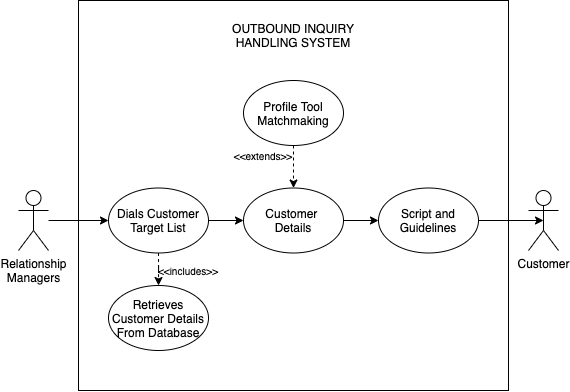
Before: Use Case Diagram (US1&6).png, a diagram exported from draw.io (dsongUTS/Group-5-Assessment-Info-System-Development-). Source tidied: cells renumbered, new cells last; positions are measured from the earlier drawing's top-left corner, leaving out a move shared by most shapes. Its diagram source:
```xml
<mxGraphModel>
  <root>
    <mxCell id="0" />
    <mxCell id="1" parent="0" />
    <mxCell id="2" style="rounded=0;whiteSpace=wrap;html=1;fillColor=none;" parent="1" vertex="1">
      <mxGeometry x="60" width="430" height="390" as="geometry" />
    </mxCell>
    <mxCell id="3" value="OUTBOUND INQUIRY HANDLING SYSTEM" style="text;html=1;strokeColor=none;fillColor=none;align=center;verticalAlign=middle;whiteSpace=wrap;rounded=0;" parent="1" vertex="1">
      <mxGeometry x="210" y="25" width="130" height="20" as="geometry" />
    </mxCell>
    <mxCell id="4" value="Customer" style="shape=umlActor;verticalLabelPosition=bottom;labelBackgroundColor=#ffffff;verticalAlign=top;html=1;" parent="1" vertex="1">
      <mxGeometry x="510" y="190" width="30" height="60" as="geometry" />
    </mxCell>
    <mxCell id="5" style="edgeStyle=orthogonalEdgeStyle;rounded=0;jettySize=auto;html=1;entryX=0;entryY=0.5;entryDx=0;entryDy=0;" parent="1" edge="1" source="6" target="15">
      <mxGeometry relative="1" as="geometry" />
    </mxCell>
    <mxCell id="6" value="Relationship&lt;br&gt;Managers" style="shape=umlActor;verticalLabelPosition=bottom;labelBackgroundColor=#ffffff;verticalAlign=top;html=1;" parent="1" vertex="1">
      <mxGeometry y="190" width="30" height="60" as="geometry" />
    </mxCell>
    <mxCell id="7" style="edgeStyle=orthogonalEdgeStyle;rounded=0;jettySize=auto;html=1;entryX=0;entryY=0.5;entryDx=0;entryDy=0;" parent="1" edge="1" source="8" target="10">
      <mxGeometry relative="1" as="geometry" />
    </mxCell>
    <mxCell id="8" value="Customer &lt;br&gt;Details" style="ellipse;whiteSpace=wrap;html=1;align=center;" parent="1" vertex="1">
      <mxGeometry x="225" y="187.5" width="100" height="65" as="geometry" />
    </mxCell>
    <mxCell id="9" style="edgeStyle=orthogonalEdgeStyle;rounded=0;jettySize=auto;html=1;entryX=0.5;entryY=0.5;entryDx=0;entryDy=0;entryPerimeter=0;" parent="1" edge="1" source="10" target="4">
      <mxGeometry relative="1" as="geometry" />
    </mxCell>
    <mxCell id="10" value="Script and Guidelines" style="ellipse;whiteSpace=wrap;html=1;align=center;" parent="1" vertex="1">
      <mxGeometry x="360" y="187.5" width="100" height="65" as="geometry" />
    </mxCell>
    <mxCell id="11" style="edgeStyle=orthogonalEdgeStyle;rounded=0;jettySize=auto;html=1;dashed=1;" parent="1" edge="1" source="12" target="8">
      <mxGeometry relative="1" as="geometry" />
    </mxCell>
    <mxCell id="12" value="Profile Tool Matchmaking" style="ellipse;whiteSpace=wrap;html=1;align=center;" parent="1" vertex="1">
      <mxGeometry x="225" y="80" width="100" height="65" as="geometry" />
    </mxCell>
    <mxCell id="13" style="edgeStyle=orthogonalEdgeStyle;rounded=0;jettySize=auto;html=1;entryX=0;entryY=0.5;entryDx=0;entryDy=0;" parent="1" edge="1" source="15" target="8">
      <mxGeometry relative="1" as="geometry" />
    </mxCell>
    <mxCell id="14" style="edgeStyle=orthogonalEdgeStyle;rounded=0;jettySize=auto;html=1;entryX=0.5;entryY=0;entryDx=0;entryDy=0;dashed=1;" parent="1" edge="1" source="15" target="17">
      <mxGeometry relative="1" as="geometry" />
    </mxCell>
    <mxCell id="15" value="Dials Customer Target List" style="ellipse;whiteSpace=wrap;html=1;align=center;" parent="1" vertex="1">
      <mxGeometry x="90" y="187.5" width="100" height="65" as="geometry" />
    </mxCell>
    <mxCell id="16" value="&lt;span style=&quot;font-size: 10px&quot;&gt;&amp;lt;&amp;lt;extends&amp;gt;&amp;gt;&lt;/span&gt;" style="text;html=1;strokeColor=none;fillColor=none;align=center;verticalAlign=middle;whiteSpace=wrap;rounded=0;" parent="1" vertex="1">
      <mxGeometry x="225" y="145" width="40" height="20" as="geometry" />
    </mxCell>
    <mxCell id="17" value="Retrieves Customer Details From Database" style="ellipse;whiteSpace=wrap;html=1;align=center;" parent="1" vertex="1">
      <mxGeometry x="90" y="285" width="100" height="65" as="geometry" />
    </mxCell>
    <mxCell id="18" value="&lt;span style=&quot;font-size: 10px&quot;&gt;&amp;lt;&amp;lt;includes&amp;gt;&amp;gt;&lt;/span&gt;" style="text;html=1;strokeColor=none;fillColor=none;align=center;verticalAlign=middle;whiteSpace=wrap;rounded=0;" parent="1" vertex="1">
      <mxGeometry x="150" y="260" width="40" height="20" as="geometry" />
    </mxCell>
  </root>
</mxGraphModel>
```
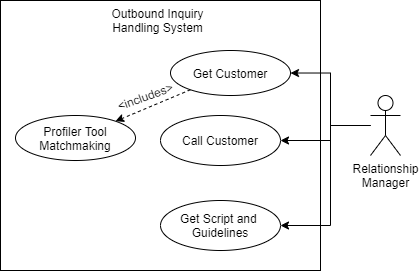
Above is the later version.

Commit message:
Updated use case diagrams for User stories 1 and 6

Change to the diagram source:
```diff
@@ -2,56 +2,51 @@
   <root>
     <mxCell id="0" />
     <mxCell id="1" parent="0" />
-    <mxCell id="2" style="rounded=0;whiteSpace=wrap;html=1;fillColor=none;" parent="1" vertex="1">
-      <mxGeometry x="60" width="430" height="390" as="geometry" />
-    </mxCell>
-    <mxCell id="3" value="OUTBOUND INQUIRY HANDLING SYSTEM" style="text;html=1;strokeColor=none;fillColor=none;align=center;verticalAlign=middle;whiteSpace=wrap;rounded=0;" parent="1" vertex="1">
-      <mxGeometry x="210" y="25" width="130" height="20" as="geometry" />
-    </mxCell>
-    <mxCell id="4" value="Customer" style="shape=umlActor;verticalLabelPosition=bottom;labelBackgroundColor=#ffffff;verticalAlign=top;html=1;" parent="1" vertex="1">
-      <mxGeometry x="510" y="190" width="30" height="60" as="geometry" />
-    </mxCell>
-    <mxCell id="5" style="edgeStyle=orthogonalEdgeStyle;rounded=0;jettySize=auto;html=1;entryX=0;entryY=0.5;entryDx=0;entryDy=0;" parent="1" edge="1" source="6" target="15">
-      <mxGeometry relative="1" as="geometry" />
-    </mxCell>
-    <mxCell id="6" value="Relationship&lt;br&gt;Managers" style="shape=umlActor;verticalLabelPosition=bottom;labelBackgroundColor=#ffffff;verticalAlign=top;html=1;" parent="1" vertex="1">
-      <mxGeometry y="190" width="30" height="60" as="geometry" />
-    </mxCell>
-    <mxCell id="7" style="edgeStyle=orthogonalEdgeStyle;rounded=0;jettySize=auto;html=1;entryX=0;entryY=0.5;entryDx=0;entryDy=0;" parent="1" edge="1" source="8" target="10">
-      <mxGeometry relative="1" as="geometry" />
-    </mxCell>
-    <mxCell id="8" value="Customer &lt;br&gt;Details" style="ellipse;whiteSpace=wrap;html=1;align=center;" parent="1" vertex="1">
-      <mxGeometry x="225" y="187.5" width="100" height="65" as="geometry" />
-    </mxCell>
-    <mxCell id="9" style="edgeStyle=orthogonalEdgeStyle;rounded=0;jettySize=auto;html=1;entryX=0.5;entryY=0.5;entryDx=0;entryDy=0;entryPerimeter=0;" parent="1" edge="1" source="10" target="4">
-      <mxGeometry relative="1" as="geometry" />
-    </mxCell>
-    <mxCell id="10" value="Script and Guidelines" style="ellipse;whiteSpace=wrap;html=1;align=center;" parent="1" vertex="1">
-      <mxGeometry x="360" y="187.5" width="100" height="65" as="geometry" />
-    </mxCell>
-    <mxCell id="11" style="edgeStyle=orthogonalEdgeStyle;rounded=0;jettySize=auto;html=1;dashed=1;" parent="1" edge="1" source="12" target="8">
-      <mxGeometry relative="1" as="geometry" />
-    </mxCell>
-    <mxCell id="12" value="Profile Tool Matchmaking" style="ellipse;whiteSpace=wrap;html=1;align=center;" parent="1" vertex="1">
-      <mxGeometry x="225" y="80" width="100" height="65" as="geometry" />
-    </mxCell>
-    <mxCell id="13" style="edgeStyle=orthogonalEdgeStyle;rounded=0;jettySize=auto;html=1;entryX=0;entryY=0.5;entryDx=0;entryDy=0;" parent="1" edge="1" source="15" target="8">
-      <mxGeometry relative="1" as="geometry" />
-    </mxCell>
-    <mxCell id="14" style="edgeStyle=orthogonalEdgeStyle;rounded=0;jettySize=auto;html=1;entryX=0.5;entryY=0;entryDx=0;entryDy=0;dashed=1;" parent="1" edge="1" source="15" target="17">
-      <mxGeometry relative="1" as="geometry" />
-    </mxCell>
-    <mxCell id="15" value="Dials Customer Target List" style="ellipse;whiteSpace=wrap;html=1;align=center;" parent="1" vertex="1">
-      <mxGeometry x="90" y="187.5" width="100" height="65" as="geometry" />
-    </mxCell>
-    <mxCell id="16" value="&lt;span style=&quot;font-size: 10px&quot;&gt;&amp;lt;&amp;lt;extends&amp;gt;&amp;gt;&lt;/span&gt;" style="text;html=1;strokeColor=none;fillColor=none;align=center;verticalAlign=middle;whiteSpace=wrap;rounded=0;" parent="1" vertex="1">
-      <mxGeometry x="225" y="145" width="40" height="20" as="geometry" />
-    </mxCell>
-    <mxCell id="17" value="Retrieves Customer Details From Database" style="ellipse;whiteSpace=wrap;html=1;align=center;" parent="1" vertex="1">
-      <mxGeometry x="90" y="285" width="100" height="65" as="geometry" />
-    </mxCell>
-    <mxCell id="18" value="&lt;span style=&quot;font-size: 10px&quot;&gt;&amp;lt;&amp;lt;includes&amp;gt;&amp;gt;&lt;/span&gt;" style="text;html=1;strokeColor=none;fillColor=none;align=center;verticalAlign=middle;whiteSpace=wrap;rounded=0;" parent="1" vertex="1">
-      <mxGeometry x="150" y="260" width="40" height="20" as="geometry" />
-    </mxCell>
+    <mxCell id="19" style="rounded=0;whiteSpace=wrap;html=1;" parent="1" vertex="1">
+      <mxGeometry x="-760" y="-400" width="320" height="270" as="geometry" />
+    </mxCell>
+    <mxCell id="20" value="Outbound Inquiry Handling System" style="text;html=1;strokeColor=none;fillColor=none;align=center;verticalAlign=middle;whiteSpace=wrap;rounded=0;" parent="1" vertex="1">
+      <mxGeometry x="-660" y="-390" width="115" height="20" as="geometry" />
+    </mxCell>
+    <mxCell id="21" style="edgeStyle=orthogonalEdgeStyle;rounded=0;jettySize=auto;html=1;" parent="1" edge="1" source="24" target="27">
+      <mxGeometry relative="1" as="geometry" />
+    </mxCell>
+    <mxCell id="22" style="edgeStyle=orthogonalEdgeStyle;rounded=0;jettySize=auto;html=1;" parent="1" edge="1" source="24" target="25">
+      <mxGeometry relative="1" as="geometry">
+        <Array as="points">
+          <mxPoint x="-430" y="-275" />
+          <mxPoint x="-430" y="-260" />
+        </Array>
+      </mxGeometry>
+    </mxCell>
+    <mxCell id="23" style="edgeStyle=orthogonalEdgeStyle;rounded=0;jettySize=auto;html=1;" parent="1" edge="1" source="24" target="30">
+      <mxGeometry relative="1" as="geometry">
+        <Array as="points">
+          <mxPoint x="-430" y="-275" />
+          <mxPoint x="-430" y="-175" />
+        </Array>
+      </mxGeometry>
+    </mxCell>
+    <mxCell id="24" value="Relationship&lt;br&gt;Manager" style="shape=umlActor;verticalLabelPosition=bottom;labelBackgroundColor=#ffffff;verticalAlign=top;html=1;outlineConnect=0;" parent="1" vertex="1">
+      <mxGeometry x="-390" y="-305" width="30" height="60" as="geometry" />
+    </mxCell>
+    <mxCell id="25" value="Call Customer" style="ellipse;whiteSpace=wrap;html=1;" parent="1" vertex="1">
+      <mxGeometry x="-600" y="-285" width="120" height="50" as="geometry" />
+    </mxCell>
+    <mxCell id="26" style="rounded=0;jettySize=auto;html=1;dashed=1;" parent="1" edge="1" source="27" target="28">
+      <mxGeometry relative="1" as="geometry" />
+    </mxCell>
+    <mxCell id="27" value="Get Customer" style="ellipse;whiteSpace=wrap;html=1;" parent="1" vertex="1">
+      <mxGeometry x="-590" y="-350" width="120" height="45" as="geometry" />
+    </mxCell>
+    <mxCell id="28" value="Profiler Tool Matchmaking" style="ellipse;whiteSpace=wrap;html=1;" parent="1" vertex="1">
+      <mxGeometry x="-745" y="-285" width="120" height="45" as="geometry" />
+    </mxCell>
+    <mxCell id="29" value="&amp;lt;includes&amp;gt;" style="text;html=1;strokeColor=none;fillColor=none;align=center;verticalAlign=middle;whiteSpace=wrap;rounded=0;rotation=-20;" parent="1" vertex="1">
+      <mxGeometry x="-635" y="-314" width="40" height="20" as="geometry" />
+    </mxCell>
+    <mxCell id="30" value="Get Script and&amp;nbsp;&lt;br&gt;Guidelines" style="ellipse;whiteSpace=wrap;html=1;" parent="1" vertex="1">
+      <mxGeometry x="-600" y="-200" width="120" height="50" as="geometry" />
+    </mxCell>
   </root>
 </mxGraphModel>
```
